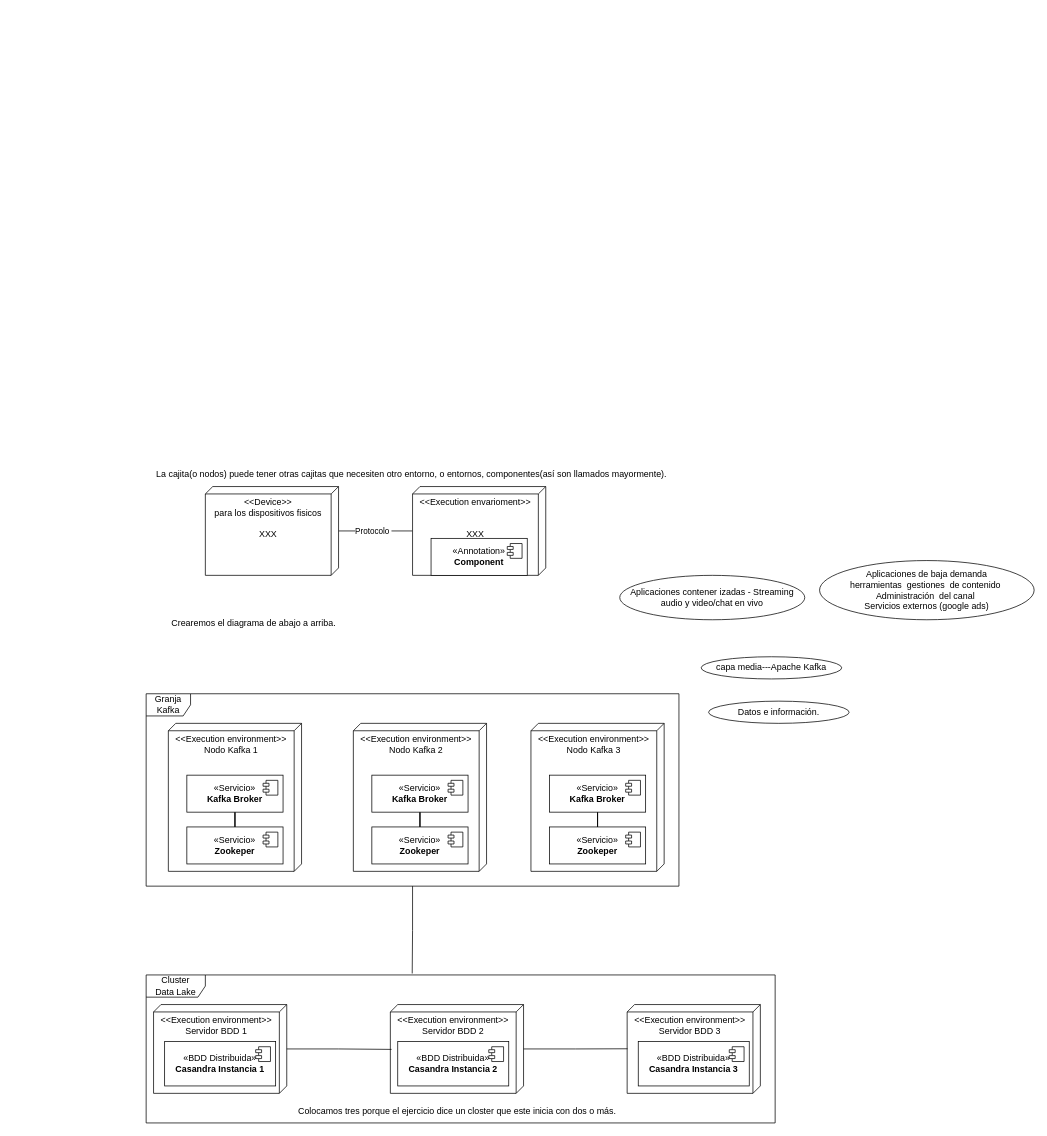
Before: Untitled Diagram.drawio in Mundrack/Diagramas-DrawIO, a draw.io diagram. Source tidied: cells renumbered, new cells numbered last; positions are measured from the earlier drawing's top-left corner, leaving out a move shared by most shapes. Both pictures are drawn from the tidied source at 74%, with x=0, y=0 at pixel (146, 462).
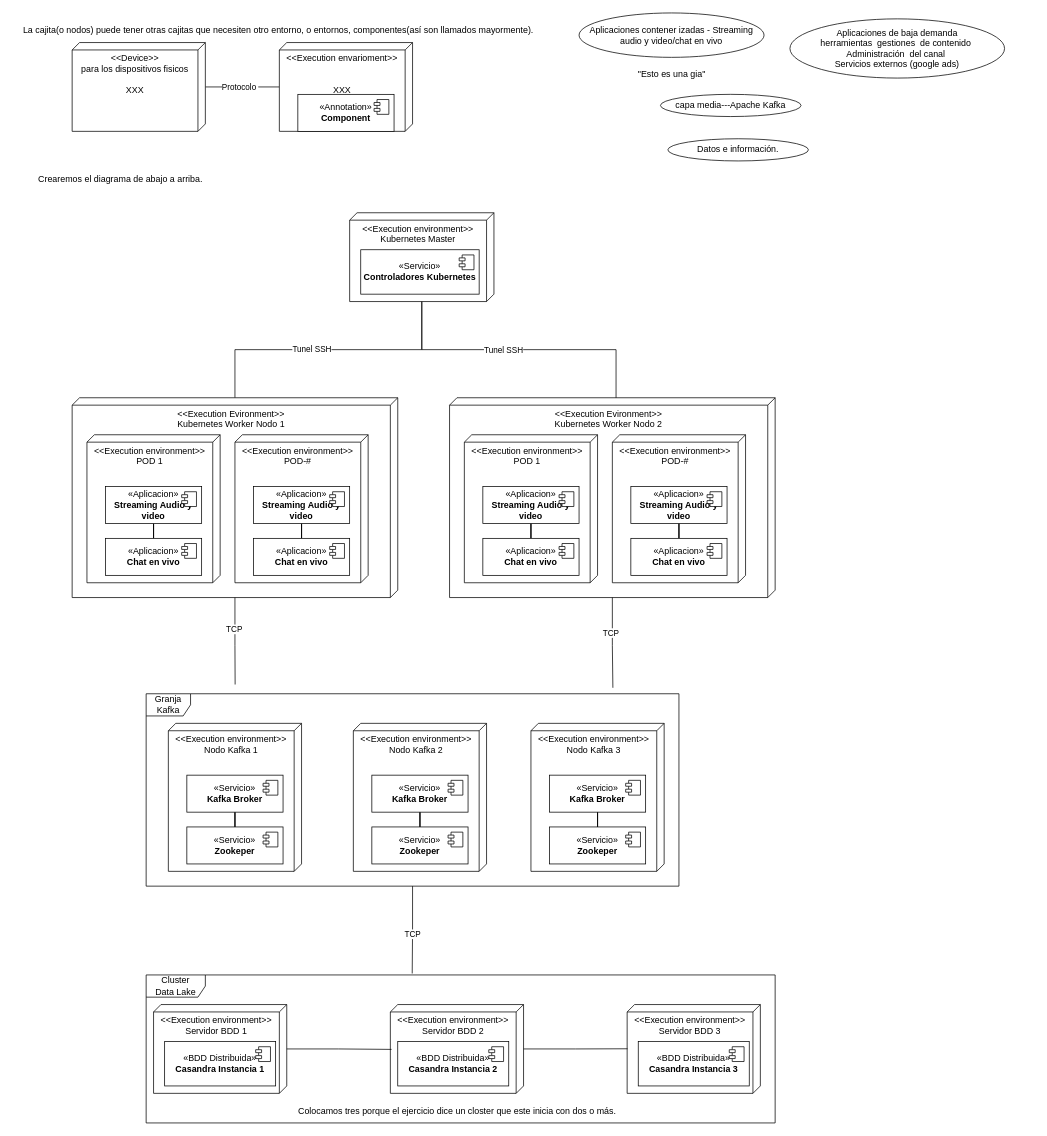
The same page after the edit.

Unchanged cells that the change refers to:
```xml
<mxCell id="45" value="Granja Kafka" style="shape=umlFrame;whiteSpace=wrap;html=1;" parent="1" vertex="1">
  <mxGeometry y="312" width="720" height="260" as="geometry" />
</mxCell>
<mxCell id="46" style="edgeStyle=orthogonalEdgeStyle;rounded=0;jettySize=auto;html=1;entryX=0.423;entryY=-0.01;entryDx=0;entryDy=0;entryPerimeter=0;endArrow=none;endFill=0;" parent="1" edge="1" source="45" target="26">
  <mxGeometry relative="1" as="geometry" />
</mxCell>
```

The edit, as a diff of the source:
```diff
@@
     <mxCell id="4" value="&amp;lt;&amp;lt;Device&amp;gt;&amp;gt;&lt;div&gt;para los dispositivos fisicos&lt;/div&gt;&lt;div&gt;&lt;br&gt;&lt;/div&gt;&lt;div&gt;XXX&lt;/div&gt;&lt;div&gt;&lt;br&gt;&lt;/div&gt;" style="verticalAlign=top;align=center;spacingTop=8;spacingLeft=2;spacingRight=12;shape=cube;size=10;direction=south;fontStyle=0;html=1;whiteSpace=wrap;" parent="1" vertex="1">
-      <mxGeometry x="80" y="32" width="180" height="120" as="geometry" />
+      <mxGeometry x="-100" y="-568" width="180" height="120" as="geometry" />
     </mxCell>
     <mxCell id="5" value="&amp;lt;&amp;lt;Execution envarioment&amp;gt;&amp;gt;&lt;div&gt;&lt;br&gt;&lt;/div&gt;&lt;div&gt;&lt;br&gt;&lt;/div&gt;&lt;div&gt;XXX&lt;/div&gt;" style="verticalAlign=top;align=center;spacingTop=8;spacingLeft=2;spacingRight=12;shape=cube;size=10;direction=south;fontStyle=0;html=1;whiteSpace=wrap;" parent="1" vertex="1">
-      <mxGeometry x="360" y="32" width="180" height="120" as="geometry" />
+      <mxGeometry x="180" y="-568" width="180" height="120" as="geometry" />
     </mxCell>
     <mxCell id="6" value="La cajita(o nodos) puede tener otras cajitas que necesiten otro entorno, o entornos, componentes(así son llamados mayormente).&amp;nbsp;" style="text;html=1;align=center;verticalAlign=middle;strokeColor=none;fillColor=none;" parent="1" vertex="1">
-      <mxGeometry width="720" height="30" as="geometry" />
+      <mxGeometry x="-180" y="-600" width="720" height="30" as="geometry" />
     </mxCell>
     <mxCell id="7" value="&amp;laquo;Annotation&amp;raquo;&lt;br/&gt;&lt;b&gt;Component&lt;/b&gt;" style="html=1;whiteSpace=wrap;" parent="1" vertex="1">
-      <mxGeometry x="385" y="102" width="130" height="50" as="geometry" />
+      <mxGeometry x="205" y="-498" width="130" height="50" as="geometry" />
     </mxCell>
@@
     <mxCell id="9" value="Datos e información." style="ellipse;whiteSpace=wrap;html=1;" parent="1" vertex="1">
-      <mxGeometry x="760" y="322" width="190" height="30" as="geometry" />
+      <mxGeometry x="705" y="-438" width="190" height="30" as="geometry" />
     </mxCell>
     <mxCell id="10" value="capa media---Apache Kafka" style="ellipse;whiteSpace=wrap;html=1;" parent="1" vertex="1">
-      <mxGeometry x="750" y="262" width="190" height="30" as="geometry" />
+      <mxGeometry x="695" y="-498" width="190" height="30" as="geometry" />
     </mxCell>
     <mxCell id="11" value="Aplicaciones contener izadas - Streaming audio y video/chat en vivo" style="ellipse;whiteSpace=wrap;html=1;" parent="1" vertex="1">
-      <mxGeometry x="640" y="152" width="250" height="60" as="geometry" />
+      <mxGeometry x="585" y="-608" width="250" height="60" as="geometry" />
     </mxCell>
     <mxCell id="12" value="Aplicaciones de baja demanda&lt;div&gt;herramientas&amp;nbsp; gestiones&amp;nbsp; de contenido&amp;nbsp;&lt;/div&gt;&lt;div&gt;Administración&amp;nbsp; del canal&amp;nbsp;&lt;/div&gt;&lt;div&gt;Servicios externos (google ads)&lt;/div&gt;" style="ellipse;whiteSpace=wrap;html=1;" parent="1" vertex="1">
-      <mxGeometry x="910" y="132" width="290" height="80" as="geometry" />
+      <mxGeometry x="870" y="-600" width="290" height="80" as="geometry" />
     </mxCell>
     <mxCell id="13" value="Crearemos el diagrama de abajo a arriba." style="text;html=1;align=center;verticalAlign=middle;strokeColor=none;fillColor=none;" parent="1" vertex="1">
-      <mxGeometry x="20" y="202" width="250" height="30" as="geometry" />
+      <mxGeometry x="-160" y="-398" width="250" height="30" as="geometry" />
     </mxCell>
@@
+    <mxCell id="47" value="TCP" style="edgeLabel;html=1;align=center;verticalAlign=middle;" parent="46" vertex="1">
+      <mxGeometry x="0.09" relative="1" as="geometry" />
+    </mxCell>
+    <mxCell id="48" style="edgeStyle=orthogonalEdgeStyle;rounded=0;jettySize=auto;html=1;endArrow=none;endFill=0;" parent="1" edge="1" source="50" target="53">
+      <mxGeometry relative="1" as="geometry" />
+    </mxCell>
+    <mxCell id="49" value="Tunel SSH" style="edgeLabel;html=1;align=center;verticalAlign=middle;" parent="48" vertex="1">
+      <mxGeometry x="0.12" y="-2" relative="1" as="geometry" />
+    </mxCell>
+    <mxCell id="50" value="&amp;lt;&amp;lt;Execution environment&amp;gt;&amp;gt;&lt;div&gt;Kubernetes Master&lt;/div&gt;" style="verticalAlign=top;align=center;spacingTop=8;spacingLeft=2;spacingRight=12;shape=cube;size=10;direction=south;fontStyle=0;html=1;whiteSpace=wrap;" parent="1" vertex="1">
+      <mxGeometry x="275" y="-338" width="195" height="120" as="geometry" />
+    </mxCell>
+    <mxCell id="51" value="«Servicio»&lt;br&gt;&lt;b&gt;Controladores Kubernetes&lt;/b&gt;" style="html=1;whiteSpace=wrap;" parent="1" vertex="1">
+      <mxGeometry x="290" y="-288" width="160" height="60" as="geometry" />
+    </mxCell>
+    <mxCell id="52" style="shape=module;jettyWidth=8;jettyHeight=4;" parent="51" vertex="1">
+      <mxGeometry x="1" width="20" height="20" relative="1" as="geometry">
+        <mxPoint x="-27" y="7" as="offset" />
+      </mxGeometry>
+    </mxCell>
+    <mxCell id="53" value="&amp;lt;&amp;lt;Execution Evironment&amp;gt;&amp;gt;&lt;div&gt;Kubernetes Worker Nodo 1&lt;/div&gt;" style="verticalAlign=top;align=center;spacingTop=8;spacingLeft=2;spacingRight=12;shape=cube;size=10;direction=south;fontStyle=0;html=1;whiteSpace=wrap;" parent="1" vertex="1">
+      <mxGeometry x="-100" y="-88" width="440" height="270" as="geometry" />
+    </mxCell>
+    <mxCell id="54" value="&amp;lt;&amp;lt;Execution environment&amp;gt;&amp;gt;&lt;div&gt;POD 1&lt;/div&gt;" style="verticalAlign=top;align=center;spacingTop=8;spacingLeft=2;spacingRight=12;shape=cube;size=10;direction=south;fontStyle=0;html=1;whiteSpace=wrap;" parent="1" vertex="1">
+      <mxGeometry x="-80" y="-38" width="180" height="200" as="geometry" />
+    </mxCell>
+    <mxCell id="55" style="edgeStyle=orthogonalEdgeStyle;rounded=0;jettySize=auto;html=1;endArrow=none;endFill=0;" parent="1" edge="1" source="56" target="58">
+      <mxGeometry relative="1" as="geometry" />
+    </mxCell>
+    <mxCell id="56" value="«Aplicacion»&lt;br&gt;&lt;b&gt;Streaming Audio y video&lt;/b&gt;" style="html=1;whiteSpace=wrap;" parent="1" vertex="1">
+      <mxGeometry x="-55" y="32" width="130" height="50" as="geometry" />
+    </mxCell>
+    <mxCell id="57" style="shape=module;jettyWidth=8;jettyHeight=4;" parent="56" vertex="1">
+      <mxGeometry x="1" width="20" height="20" relative="1" as="geometry">
+        <mxPoint x="-27" y="7" as="offset" />
+      </mxGeometry>
+    </mxCell>
+    <mxCell id="58" value="«Aplicacion»&lt;br&gt;&lt;b&gt;Chat en vivo&lt;/b&gt;" style="html=1;whiteSpace=wrap;" parent="1" vertex="1">
+      <mxGeometry x="-55" y="102" width="130" height="50" as="geometry" />
+    </mxCell>
+    <mxCell id="59" style="shape=module;jettyWidth=8;jettyHeight=4;" parent="58" vertex="1">
+      <mxGeometry x="1" width="20" height="20" relative="1" as="geometry">
+        <mxPoint x="-27" y="7" as="offset" />
+      </mxGeometry>
+    </mxCell>
+    <mxCell id="60" value="&amp;lt;&amp;lt;Execution environment&amp;gt;&amp;gt;&lt;div&gt;POD-#&lt;/div&gt;" style="verticalAlign=top;align=center;spacingTop=8;spacingLeft=2;spacingRight=12;shape=cube;size=10;direction=south;fontStyle=0;html=1;whiteSpace=wrap;" parent="1" vertex="1">
+      <mxGeometry x="120" y="-38" width="180" height="200" as="geometry" />
+    </mxCell>
+    <mxCell id="61" style="edgeStyle=orthogonalEdgeStyle;rounded=0;jettySize=auto;html=1;endArrow=none;endFill=0;" parent="1" edge="1" source="62" target="64">
+      <mxGeometry relative="1" as="geometry" />
+    </mxCell>
+    <mxCell id="62" value="«Aplicacion»&lt;br&gt;&lt;b&gt;Streaming Audio y video&lt;/b&gt;" style="html=1;whiteSpace=wrap;" parent="1" vertex="1">
+      <mxGeometry x="145" y="32" width="130" height="50" as="geometry" />
+    </mxCell>
+    <mxCell id="63" style="shape=module;jettyWidth=8;jettyHeight=4;" parent="62" vertex="1">
+      <mxGeometry x="1" width="20" height="20" relative="1" as="geometry">
+        <mxPoint x="-27" y="7" as="offset" />
+      </mxGeometry>
+    </mxCell>
+    <mxCell id="64" value="«Aplicacion»&lt;br&gt;&lt;b&gt;Chat en vivo&lt;/b&gt;" style="html=1;whiteSpace=wrap;" parent="1" vertex="1">
+      <mxGeometry x="145" y="102" width="130" height="50" as="geometry" />
+    </mxCell>
+    <mxCell id="65" style="shape=module;jettyWidth=8;jettyHeight=4;" parent="64" vertex="1">
+      <mxGeometry x="1" width="20" height="20" relative="1" as="geometry">
+        <mxPoint x="-27" y="7" as="offset" />
+      </mxGeometry>
+    </mxCell>
+    <mxCell id="66" value="&amp;lt;&amp;lt;Execution Evironment&amp;gt;&amp;gt;&lt;div&gt;Kubernetes Worker Nodo 2&lt;/div&gt;" style="verticalAlign=top;align=center;spacingTop=8;spacingLeft=2;spacingRight=12;shape=cube;size=10;direction=south;fontStyle=0;html=1;whiteSpace=wrap;" parent="1" vertex="1">
+      <mxGeometry x="410" y="-88" width="440" height="270" as="geometry" />
+    </mxCell>
+    <mxCell id="67" value="&amp;lt;&amp;lt;Execution environment&amp;gt;&amp;gt;&lt;div&gt;POD 1&lt;/div&gt;" style="verticalAlign=top;align=center;spacingTop=8;spacingLeft=2;spacingRight=12;shape=cube;size=10;direction=south;fontStyle=0;html=1;whiteSpace=wrap;" parent="1" vertex="1">
+      <mxGeometry x="430" y="-38" width="180" height="200" as="geometry" />
+    </mxCell>
+    <mxCell id="68" style="edgeStyle=orthogonalEdgeStyle;rounded=0;jettySize=auto;html=1;endArrow=none;endFill=0;" parent="1" edge="1" source="69" target="71">
+      <mxGeometry relative="1" as="geometry" />
+    </mxCell>
+    <mxCell id="69" value="«Aplicacion»&lt;br&gt;&lt;b&gt;Streaming Audio y video&lt;/b&gt;" style="html=1;whiteSpace=wrap;" parent="1" vertex="1">
+      <mxGeometry x="455" y="32" width="130" height="50" as="geometry" />
+    </mxCell>
+    <mxCell id="70" style="shape=module;jettyWidth=8;jettyHeight=4;" parent="69" vertex="1">
+      <mxGeometry x="1" width="20" height="20" relative="1" as="geometry">
+        <mxPoint x="-27" y="7" as="offset" />
+      </mxGeometry>
+    </mxCell>
+    <mxCell id="71" value="«Aplicacion»&lt;br&gt;&lt;b&gt;Chat en vivo&lt;/b&gt;" style="html=1;whiteSpace=wrap;" parent="1" vertex="1">
+      <mxGeometry x="455" y="102" width="130" height="50" as="geometry" />
+    </mxCell>
+    <mxCell id="72" style="shape=module;jettyWidth=8;jettyHeight=4;" parent="71" vertex="1">
+      <mxGeometry x="1" width="20" height="20" relative="1" as="geometry">
+        <mxPoint x="-27" y="7" as="offset" />
+      </mxGeometry>
+    </mxCell>
+    <mxCell id="73" value="&amp;lt;&amp;lt;Execution environment&amp;gt;&amp;gt;&lt;div&gt;POD-#&lt;/div&gt;" style="verticalAlign=top;align=center;spacingTop=8;spacingLeft=2;spacingRight=12;shape=cube;size=10;direction=south;fontStyle=0;html=1;whiteSpace=wrap;" parent="1" vertex="1">
+      <mxGeometry x="630" y="-38" width="180" height="200" as="geometry" />
+    </mxCell>
+    <mxCell id="74" style="edgeStyle=orthogonalEdgeStyle;rounded=0;jettySize=auto;html=1;endArrow=none;endFill=0;" parent="1" edge="1" source="75" target="77">
+      <mxGeometry relative="1" as="geometry" />
+    </mxCell>
+    <mxCell id="75" value="«Aplicacion»&lt;br&gt;&lt;b&gt;Streaming Audio y video&lt;/b&gt;" style="html=1;whiteSpace=wrap;" parent="1" vertex="1">
+      <mxGeometry x="655" y="32" width="130" height="50" as="geometry" />
+    </mxCell>
+    <mxCell id="76" style="shape=module;jettyWidth=8;jettyHeight=4;" parent="75" vertex="1">
+      <mxGeometry x="1" width="20" height="20" relative="1" as="geometry">
+        <mxPoint x="-27" y="7" as="offset" />
+      </mxGeometry>
+    </mxCell>
+    <mxCell id="77" value="«Aplicacion»&lt;br&gt;&lt;b&gt;Chat en vivo&lt;/b&gt;" style="html=1;whiteSpace=wrap;" parent="1" vertex="1">
+      <mxGeometry x="655" y="102" width="130" height="50" as="geometry" />
+    </mxCell>
+    <mxCell id="78" style="shape=module;jettyWidth=8;jettyHeight=4;" parent="77" vertex="1">
+      <mxGeometry x="1" width="20" height="20" relative="1" as="geometry">
+        <mxPoint x="-27" y="7" as="offset" />
+      </mxGeometry>
+    </mxCell>
+    <mxCell id="79" style="edgeStyle=orthogonalEdgeStyle;rounded=0;jettySize=auto;html=1;entryX=0;entryY=0;entryDx=0;entryDy=215;entryPerimeter=0;endArrow=none;endFill=0;" parent="1" edge="1" source="50" target="66">
+      <mxGeometry relative="1" as="geometry" />
+    </mxCell>
+    <mxCell id="80" value="Tunel SSH" style="edgeLabel;html=1;align=center;verticalAlign=middle;" parent="79" vertex="1">
+      <mxGeometry x="-0.11" relative="1" as="geometry" />
+    </mxCell>
+    <mxCell id="81" value="&quot;Esto es una gia&quot;" style="text;html=1;align=center;verticalAlign=middle;strokeColor=none;fillColor=none;" parent="1" vertex="1">
+      <mxGeometry x="655" y="-540" width="110" height="30" as="geometry" />
+    </mxCell>
+    <mxCell id="82" style="edgeStyle=orthogonalEdgeStyle;rounded=0;jettySize=auto;html=1;entryX=0.167;entryY=-0.048;entryDx=0;entryDy=0;entryPerimeter=0;endArrow=none;endFill=0;" parent="1" edge="1" source="53" target="45">
+      <mxGeometry relative="1" as="geometry" />
+    </mxCell>
+    <mxCell id="83" value="TCP" style="edgeLabel;html=1;align=center;verticalAlign=middle;" parent="82" vertex="1">
+      <mxGeometry x="-0.35" y="-2" relative="1" as="geometry">
+        <mxPoint y="4" as="offset" />
+      </mxGeometry>
+    </mxCell>
+    <mxCell id="84" style="edgeStyle=orthogonalEdgeStyle;rounded=0;jettySize=auto;html=1;entryX=0.876;entryY=-0.031;entryDx=0;entryDy=0;entryPerimeter=0;endArrow=none;endFill=0;" parent="1" edge="1" source="66" target="45">
+      <mxGeometry relative="1" as="geometry" />
+    </mxCell>
+    <mxCell id="85" value="TCP" style="edgeLabel;html=1;align=center;verticalAlign=middle;" parent="84" vertex="1">
+      <mxGeometry x="-0.23" y="-3" relative="1" as="geometry" />
+    </mxCell>
```
